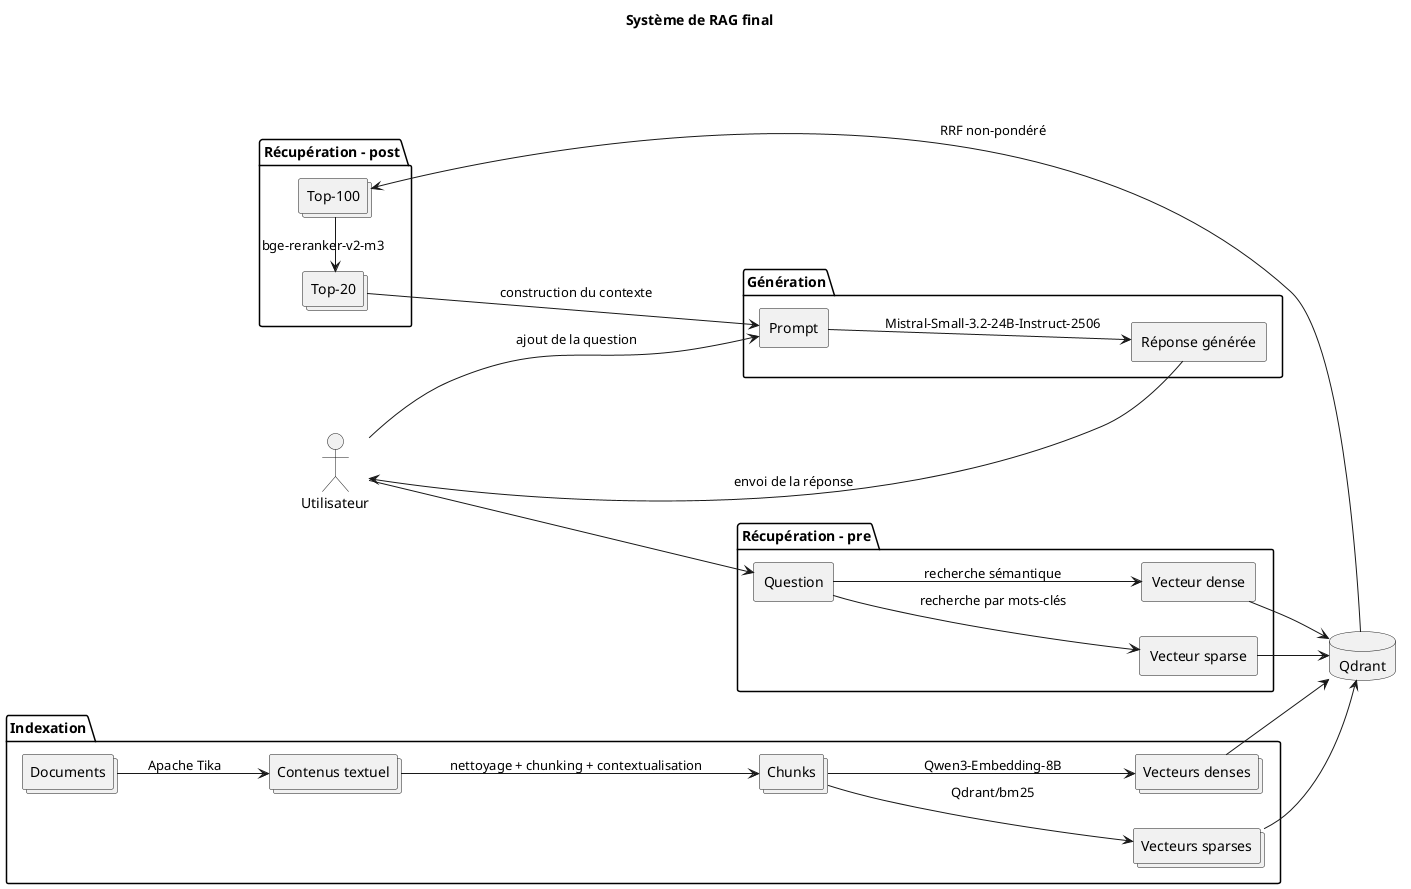
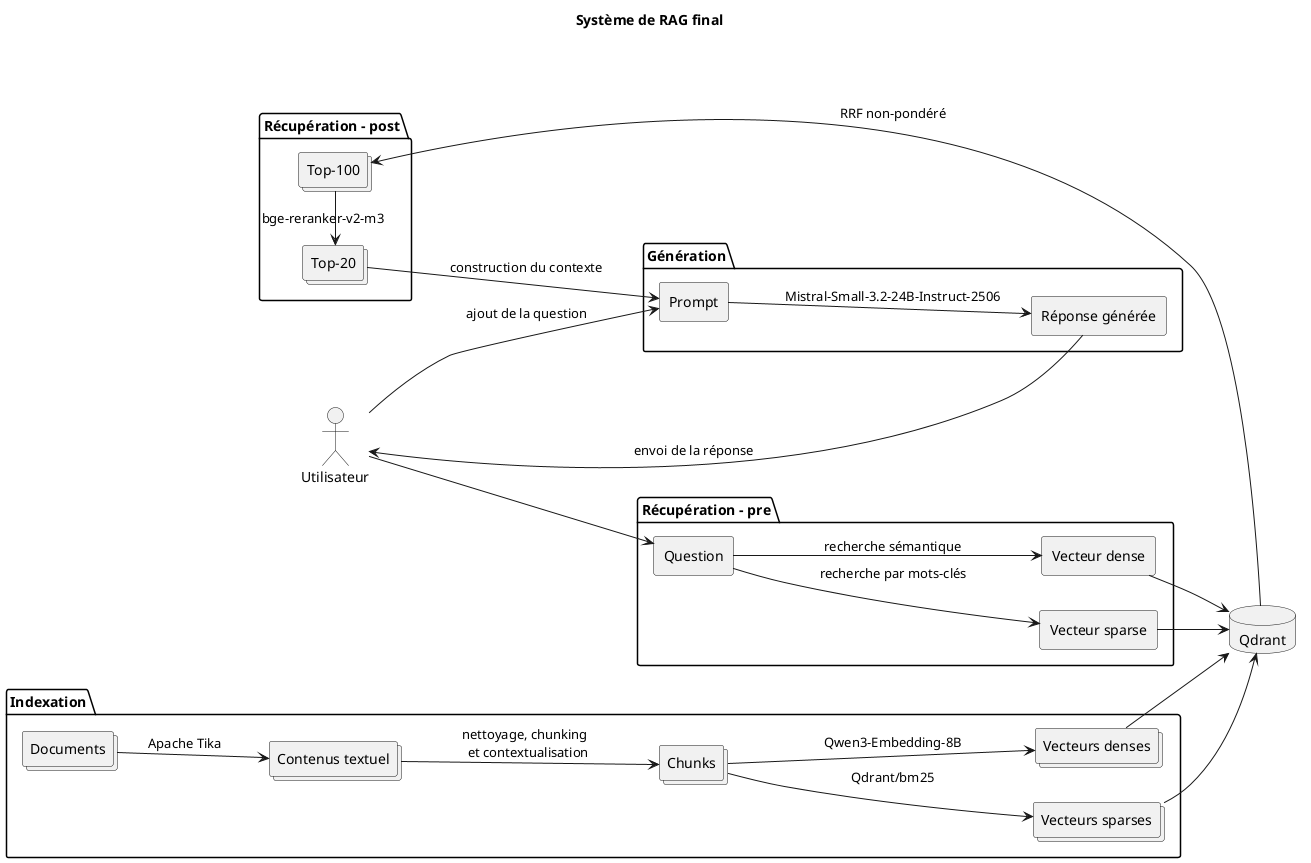
@startuml

title Système de RAG final

left to right direction

skinparam shadowing false
skinparam componentStyle rectangle
skinparam defaultTextAlignment center

actor "Utilisateur" as user
database "Qdrant" as vector_database

package "Indexation" {
    collections "Documents" as docs
    collections "Contenus textuel" as texts
    collections "Chunks" as chunks
    collections "Vecteurs sparses" as sparse_vectors
    collections "Vecteurs denses" as dense_vectors

    docs --> texts : Apache Tika
-     texts --> chunks : nettoyage + chunking + contextualisation
+     texts --> chunks : nettoyage, chunking \n et contextualisation
    chunks --> sparse_vectors : Qdrant/bm25
    chunks --> dense_vectors : Qwen3-Embedding-8B
    sparse_vectors --> vector_database
    dense_vectors --> vector_database
}

user -[hidden]-> docs

package "Récupération - pre" as retrieval_pre {
    component "Question" as user_query
    component "Vecteur sparse" as sparse_vector
    component "Vecteur dense" as dense_vector

    user --> user_query
    user_query --> sparse_vector : recherche par mots-clés
    user_query --> dense_vector : recherche sémantique
    sparse_vector --> vector_database
    dense_vector --> vector_database
}

package "Récupération - post" as retrieval_post {
    collections "Top-100" as retrieval_results
    collections "Top-20" as reranking_results

    vector_database -down-> retrieval_results : RRF non-pondéré
    retrieval_results -left-> reranking_results : bge-reranker-v2-m3
}

package "Génération" {
    rectangle "Prompt" as prompt
    component "Réponse générée" as response

    reranking_results --> prompt : construction du contexte
    user --> prompt : ajout de la question
    prompt --> response : Mistral-Small-3.2-24B-Instruct-2506
    response --> user : envoi de la réponse
}

user -[hidden]-> response

@enduml
